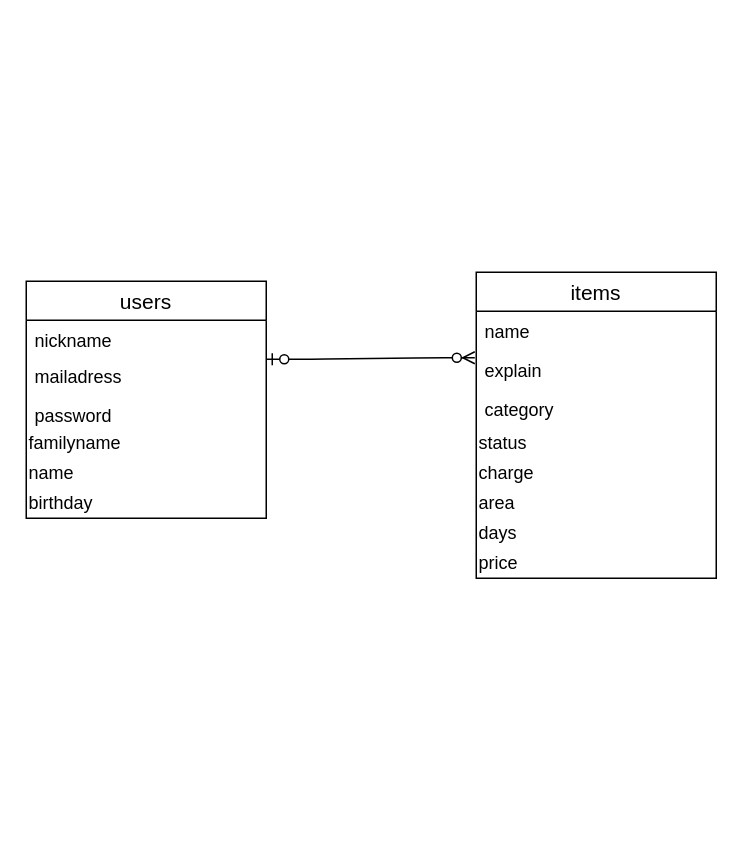
Above: furima.dio in Kefujimoto/furima--user_id- (draw.io), before the change. Source tidied: cells renumbered, new cells numbered last; positions are measured from the earlier drawing's top-left corner, leaving out a move shared by most shapes. Both pictures are drawn from the tidied source at 150%, with x=0, y=0 at pixel (26, 272).
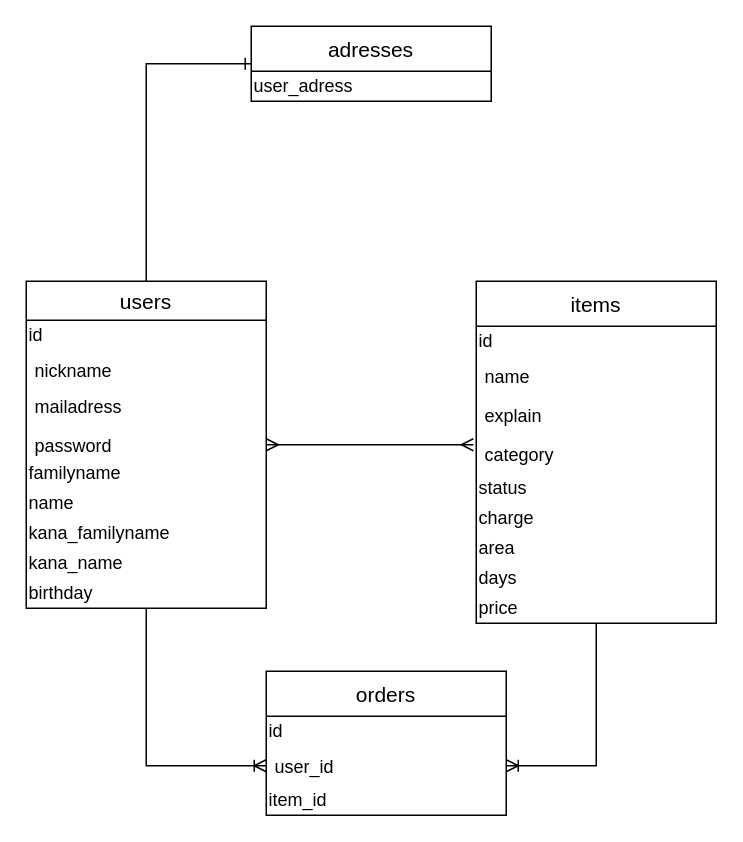
After the change.

Diff of the diagram source:
```diff
@@
+    <mxCell id="19" style="edgeStyle=orthogonalEdgeStyle;rounded=0;jettySize=auto;html=1;entryX=0;entryY=0.5;entryDx=0;entryDy=0;endArrow=ERoneToMany;endFill=0;" parent="1" edge="1" source="2" target="29">
+      <mxGeometry relative="1" as="geometry" />
+    </mxCell>
+    <mxCell id="20" style="edgeStyle=orthogonalEdgeStyle;rounded=0;jettySize=auto;html=1;exitX=0.5;exitY=0;exitDx=0;exitDy=0;entryX=0;entryY=0.5;entryDx=0;entryDy=0;endArrow=ERone;endFill=0;" parent="1" edge="1" source="2" target="32">
+      <mxGeometry relative="1" as="geometry" />
+    </mxCell>
+    <mxCell id="21" style="edgeStyle=none;rounded=0;jettySize=auto;html=1;entryX=-0.012;entryY=0.269;entryDx=0;entryDy=0;entryPerimeter=0;startArrow=ERmany;startFill=0;endArrow=ERmany;endFill=0;" parent="1" edge="1" source="2" target="12">
+      <mxGeometry relative="1" as="geometry" />
+    </mxCell>
     <mxCell id="2" value="users" style="swimlane;fontStyle=0;horizontal=1;startSize=26;align=center;fontSize=14;" parent="1" vertex="1">
-      <mxGeometry y="6" width="160" height="158" as="geometry" />
+      <mxGeometry y="6" width="160" height="218" as="geometry" />
     </mxCell>
+    <mxCell id="22" value="id" style="text;html=1;align=left;verticalAlign=middle;" parent="2" vertex="1">
+      <mxGeometry y="26" width="160" height="20" as="geometry" />
+    </mxCell>
     <mxCell id="3" value="nickname" style="text;strokeColor=none;fillColor=none;spacingLeft=4;spacingRight=4;overflow=hidden;fontSize=12;" parent="2" vertex="1">
-      <mxGeometry y="26" width="160" height="24" as="geometry" />
+      <mxGeometry y="46" width="160" height="24" as="geometry" />
     </mxCell>
     <mxCell id="4" value="mailadress" style="text;strokeColor=none;fillColor=none;spacingLeft=4;spacingRight=4;overflow=hidden;fontSize=12;" parent="2" vertex="1">
-      <mxGeometry y="50" width="160" height="26" as="geometry" />
+      <mxGeometry y="70" width="160" height="26" as="geometry" />
     </mxCell>
     <mxCell id="5" value="password" style="text;strokeColor=none;fillColor=none;spacingLeft=4;spacingRight=4;overflow=hidden;fontSize=12;" parent="2" vertex="1">
-      <mxGeometry y="76" width="160" height="22" as="geometry" />
+      <mxGeometry y="96" width="160" height="22" as="geometry" />
     </mxCell>
     <mxCell id="6" value="familyname" style="text;html=1;align=left;verticalAlign=middle;" parent="2" vertex="1">
-      <mxGeometry y="98" width="160" height="20" as="geometry" />
+      <mxGeometry y="118" width="160" height="20" as="geometry" />
     </mxCell>
     <mxCell id="7" value="name" style="text;html=1;align=left;verticalAlign=middle;" parent="2" vertex="1">
-      <mxGeometry y="118" width="160" height="20" as="geometry" />
+      <mxGeometry y="138" width="160" height="20" as="geometry" />
     </mxCell>
+    <mxCell id="23" value="kana_familyname" style="text;html=1;align=left;verticalAlign=middle;" parent="2" vertex="1">
+      <mxGeometry y="158" width="160" height="20" as="geometry" />
+    </mxCell>
+    <mxCell id="24" value="kana_name" style="text;html=1;align=left;verticalAlign=middle;" parent="2" vertex="1">
+      <mxGeometry y="178" width="160" height="20" as="geometry" />
+    </mxCell>
     <mxCell id="8" value="birthday" style="text;html=1;align=left;verticalAlign=middle;" parent="2" vertex="1">
-      <mxGeometry y="138" width="160" height="20" as="geometry" />
+      <mxGeometry y="198" width="160" height="20" as="geometry" />
     </mxCell>
+    <mxCell id="25" value="&lt;br&gt;" style="text;html=1;align=center;verticalAlign=middle;" parent="1" vertex="1">
+      <mxGeometry x="60" y="206" width="20" height="20" as="geometry" />
+    </mxCell>
+    <mxCell id="26" style="edgeStyle=orthogonalEdgeStyle;rounded=0;jettySize=auto;html=1;entryX=1;entryY=0.5;entryDx=0;entryDy=0;endArrow=ERoneToMany;endFill=0;" parent="1" edge="1" source="9" target="29">
+      <mxGeometry relative="1" as="geometry" />
+    </mxCell>
+    <mxCell id="27" value="orders" style="swimlane;fontStyle=0;horizontal=1;startSize=30;align=center;fontSize=14;" parent="1" vertex="1">
+      <mxGeometry x="160" y="266" width="160" height="96" as="geometry" />
+    </mxCell>
+    <mxCell id="28" value="id" style="text;html=1;align=left;verticalAlign=middle;" parent="27" vertex="1">
+      <mxGeometry y="30" width="160" height="20" as="geometry" />
+    </mxCell>
+    <mxCell id="29" value="user_id" style="text;strokeColor=none;fillColor=none;spacingLeft=4;spacingRight=4;overflow=hidden;points=[[0,0.5],[1,0.5]];portConstraint=eastwest;fontSize=12;" parent="27" vertex="1">
+      <mxGeometry y="50" width="160" height="26" as="geometry" />
+    </mxCell>
+    <mxCell id="30" value="item_id" style="text;html=1;align=left;verticalAlign=middle;" parent="27" vertex="1">
+      <mxGeometry y="76" width="160" height="20" as="geometry" />
+    </mxCell>
-    <mxCell id="9" value="items" style="swimlane;fontStyle=0;horizontal=1;startSize=26;align=center;fontSize=14;" parent="1" vertex="1">
-      <mxGeometry x="300" width="160" height="204" as="geometry" />
+    <mxCell id="9" value="items" style="swimlane;fontStyle=0;horizontal=1;startSize=30;align=center;fontSize=14;" parent="1" vertex="1">
+      <mxGeometry x="300" y="6" width="160" height="228" as="geometry" />
     </mxCell>
+    <mxCell id="31" value="id" style="text;html=1;align=left;verticalAlign=middle;" parent="9" vertex="1">
+      <mxGeometry y="30" width="160" height="20" as="geometry" />
+    </mxCell>
     <mxCell id="10" value="name" style="text;strokeColor=none;fillColor=none;spacingLeft=4;spacingRight=4;overflow=hidden;fontSize=12;" parent="9" vertex="1">
-      <mxGeometry y="26" width="160" height="26" as="geometry" />
+      <mxGeometry y="50" width="160" height="26" as="geometry" />
     </mxCell>
     <mxCell id="11" value="explain" style="text;strokeColor=none;fillColor=none;spacingLeft=4;spacingRight=4;overflow=hidden;points=[[0,0.5],[1,0.5]];portConstraint=eastwest;fontSize=12;" parent="9" vertex="1">
-      <mxGeometry y="52" width="160" height="26" as="geometry" />
+      <mxGeometry y="76" width="160" height="26" as="geometry" />
     </mxCell>
     <mxCell id="12" value="category" style="text;strokeColor=none;fillColor=none;spacingLeft=4;spacingRight=4;overflow=hidden;points=[[0,0.5],[1,0.5]];portConstraint=eastwest;fontSize=12;" parent="9" vertex="1">
-      <mxGeometry y="78" width="160" height="26" as="geometry" />
+      <mxGeometry y="102" width="160" height="26" as="geometry" />
     </mxCell>
     <mxCell id="13" value="status" style="text;html=1;align=left;verticalAlign=middle;" parent="9" vertex="1">
-      <mxGeometry y="104" width="160" height="20" as="geometry" />
+      <mxGeometry y="128" width="160" height="20" as="geometry" />
     </mxCell>
     <mxCell id="14" value="charge" style="text;html=1;align=left;verticalAlign=middle;" parent="9" vertex="1">
-      <mxGeometry y="124" width="160" height="20" as="geometry" />
+      <mxGeometry y="148" width="160" height="20" as="geometry" />
     </mxCell>
     <mxCell id="15" value="area" style="text;html=1;align=left;verticalAlign=middle;" parent="9" vertex="1">
-      <mxGeometry y="144" width="160" height="20" as="geometry" />
+      <mxGeometry y="168" width="160" height="20" as="geometry" />
     </mxCell>
     <mxCell id="16" value="days" style="text;html=1;align=left;verticalAlign=middle;" parent="9" vertex="1">
-      <mxGeometry y="164" width="160" height="20" as="geometry" />
+      <mxGeometry y="188" width="160" height="20" as="geometry" />
     </mxCell>
     <mxCell id="17" value="price" style="text;html=1;align=left;verticalAlign=middle;" parent="9" vertex="1">
-      <mxGeometry y="184" width="160" height="20" as="geometry" />
+      <mxGeometry y="208" width="160" height="20" as="geometry" />
     </mxCell>
-    <mxCell id="18" style="edgeStyle=entityRelationEdgeStyle;fontSize=12;html=1;endArrow=ERzeroToMany;startArrow=ERzeroToOne;entryX=-0.006;entryY=0.192;entryDx=0;entryDy=0;entryPerimeter=0;" parent="1" edge="1" target="11">
-      <mxGeometry relative="1" as="geometry">
-        <mxPoint x="160" y="58" as="sourcePoint" />
-      </mxGeometry>
-    </mxCell>
+    <mxCell id="32" value="adresses" style="swimlane;fontStyle=0;horizontal=1;startSize=30;align=center;fontSize=14;" parent="1" vertex="1">
+      <mxGeometry x="150" y="-164" width="160" height="50" as="geometry" />
+    </mxCell>
+    <mxCell id="33" value="user_adress" style="text;html=1;align=left;verticalAlign=middle;" parent="32" vertex="1">
+      <mxGeometry y="30" width="160" height="20" as="geometry" />
+    </mxCell>
```
